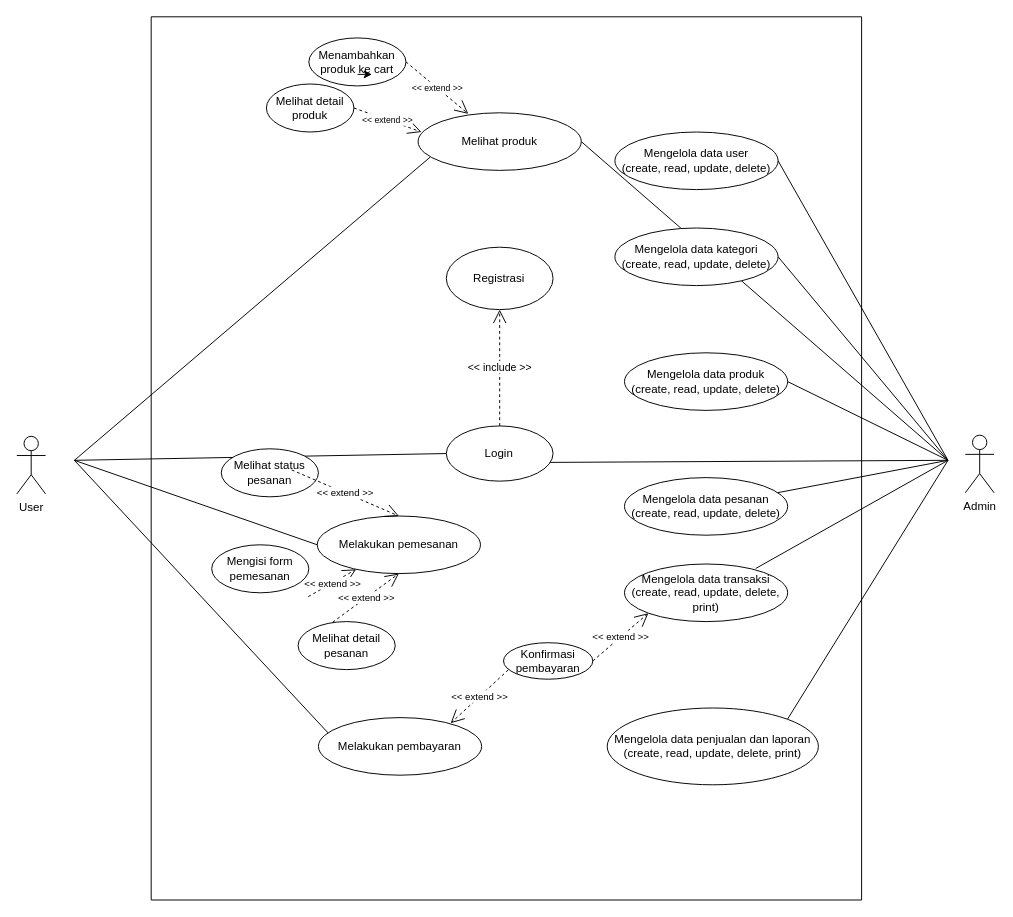
The draw.io diagram Diagram Tanpa Judul.drawio in sintariaulia/Diagram, before the edit. Source tidied: cells renumbered, new cells numbered last; positions are measured from the earlier drawing's top-left corner, leaving out a move shared by most shapes. Both pictures are drawn from the tidied source at 96%, with x=0, y=0 at pixel (16, 16).
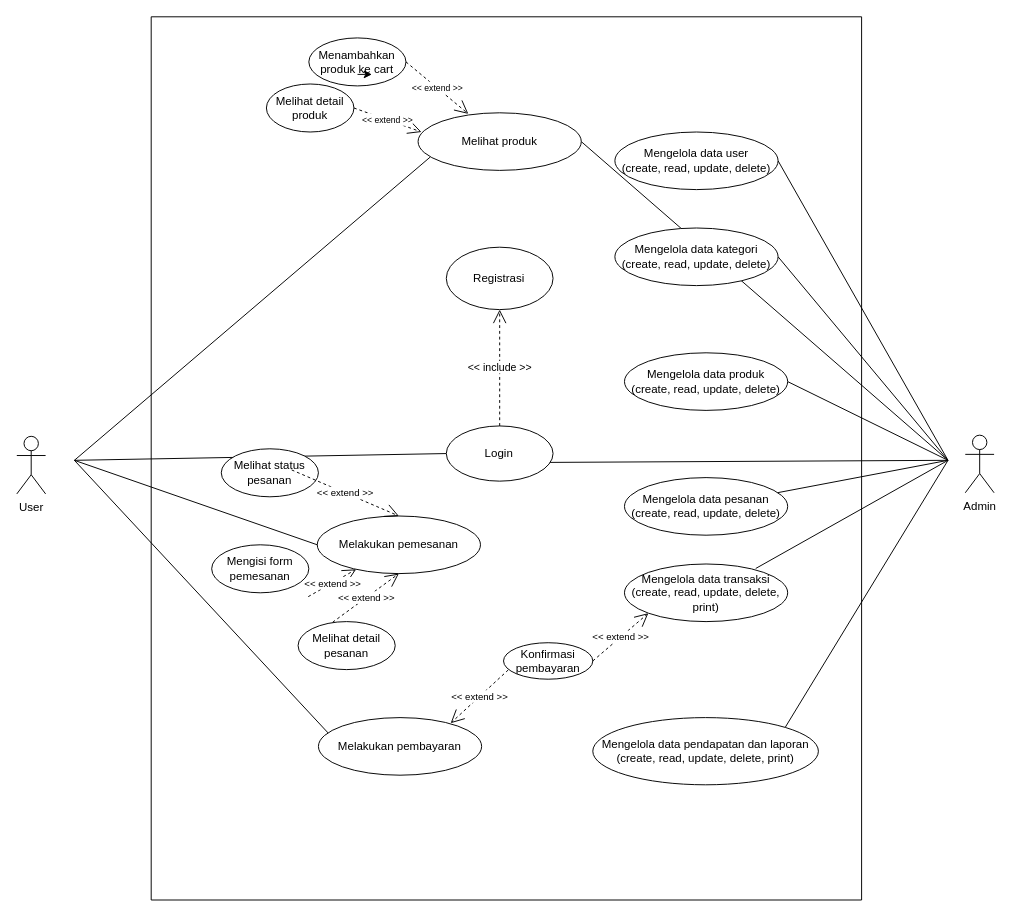
The same diagram, later.

Unchanged cells that the change refers to:
```xml
<mxCell id="16" style="swimlane;startSize=0;" parent="1" vertex="1">
  <mxGeometry x="140" width="740" height="920" as="geometry" />
</mxCell>
```

What changed in the source:
```diff
@@
-    <mxCell id="36" value="Mengelola data penjualan dan laporan&lt;br&gt;(create, read, update, delete, print)" style="ellipse;whiteSpace=wrap;html=1;" parent="16" vertex="1">
-      <mxGeometry x="475" y="720" width="220" height="80" as="geometry" />
+    <mxCell id="36" value="Mengelola data pendapatan dan laporan&lt;br&gt;(create, read, update, delete, print)" style="ellipse;whiteSpace=wrap;html=1;" parent="16" vertex="1">
+      <mxGeometry x="460" y="730" width="235" height="70" as="geometry" />
     </mxCell>
```
